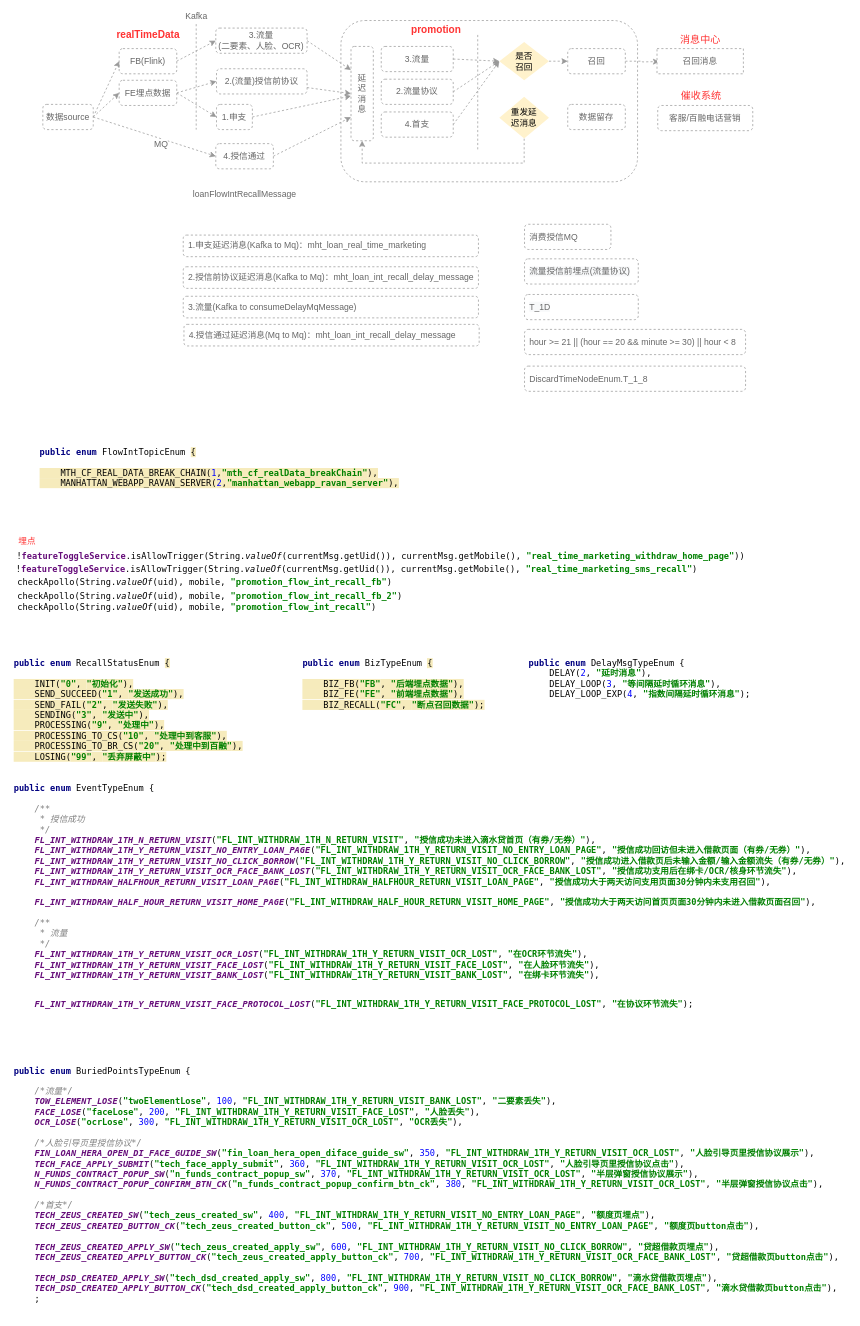
The draw.io diagram page "MOT" (3 of 6) of new.drawio in githubzhouwen/hello-world, before the edit. Source tidied: cells renumbered, new cells numbered last; positions are measured from the earlier drawing's top-left corner, leaving out a move shared by most shapes. Both pictures are drawn from the tidied source at 72%, with x=0, y=0 at pixel (12, 20).
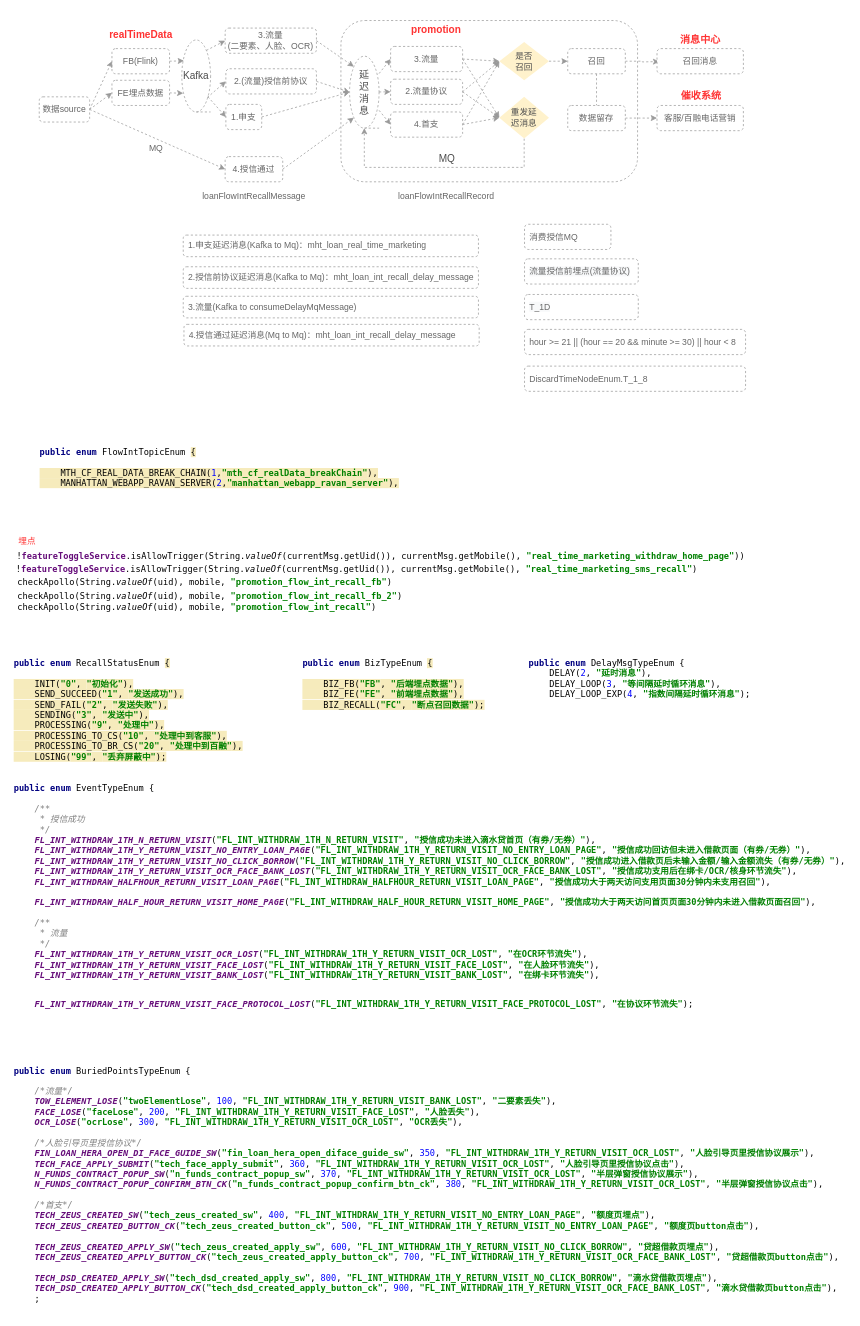
Above is the later version.

Unchanged cells that the change refers to:
```xml
<mxCell id="4" style="edgeStyle=none;rounded=0;jettySize=auto;html=1;dashed=1;startArrow=none;startFill=0;endArrow=classic;endFill=1;strokeColor=#999999;entryX=0;entryY=0.5;entryDx=0;entryDy=0;exitX=1;exitY=0.5;exitDx=0;exitDy=0;fontColor=#666666;" parent="1" edge="1" source="10" target="13">
  <mxGeometry relative="1" as="geometry" />
</mxCell>
<mxCell id="27" value="召回" style="whiteSpace=wrap;html=1;rounded=1;dashed=1;strokeColor=#999999;align=center;fontColor=#666666;" parent="1" vertex="1">
  <mxGeometry x="771" y="39" width="80" height="35" as="geometry" />
</mxCell>
```

What changed in the source:
```diff
@@
     <mxCell id="2" value="FB(Flink)" style="rounded=1;whiteSpace=wrap;html=1;dashed=1;strokeColor=#999999;fontColor=#666666;" parent="1" vertex="1">
-      <mxGeometry x="148" y="39" width="80" height="35" as="geometry" />
+      <mxGeometry x="138" y="39" width="80" height="35" as="geometry" />
     </mxCell>
-    <mxCell id="3" style="edgeStyle=none;rounded=0;jettySize=auto;html=1;dashed=1;startArrow=none;startFill=0;endArrow=classic;endFill=1;strokeColor=#999999;exitX=1;exitY=0.5;exitDx=0;exitDy=0;entryX=0;entryY=0.5;entryDx=0;entryDy=0;fontColor=#666666;" parent="1" edge="1" source="7" target="12">
-      <mxGeometry relative="1" as="geometry" />
-    </mxCell>
@@
     <mxCell id="5" value="MQ" style="edgeLabel;html=1;align=center;verticalAlign=middle;fontSize=12;fontColor=#666666;" parent="4" vertex="1">
       <mxGeometry x="0.08" y="4" relative="1" as="geometry">
-        <mxPoint y="12" as="offset" />
+        <mxPoint x="-12" y="13" as="offset" />
       </mxGeometry>
     </mxCell>
-    <mxCell id="6" style="edgeStyle=none;rounded=0;jettySize=auto;html=1;dashed=1;startArrow=none;startFill=0;endArrow=classic;endFill=1;strokeColor=#999999;entryX=0;entryY=0.5;entryDx=0;entryDy=0;exitX=1;exitY=0.5;exitDx=0;exitDy=0;fontColor=#666666;" parent="1" edge="1" source="7" target="14">
+    <mxCell id="6" style="edgeStyle=none;rounded=0;jettySize=auto;html=1;dashed=1;startArrow=none;startFill=0;endArrow=classic;endFill=1;strokeColor=#999999;entryX=0.05;entryY=0.74;entryDx=0;entryDy=0;exitX=1;exitY=0.5;exitDx=0;exitDy=0;fontColor=#666666;entryPerimeter=0;" parent="1" edge="1" source="7" target="16">
       <mxGeometry relative="1" as="geometry" />
     </mxCell>
     <mxCell id="7" value="FE埋点数据" style="rounded=1;whiteSpace=wrap;html=1;dashed=1;strokeColor=#999999;fontColor=#666666;" parent="1" vertex="1">
-      <mxGeometry x="148" y="83" width="80" height="35" as="geometry" />
+      <mxGeometry x="138" y="83" width="80" height="35" as="geometry" />
     </mxCell>
@@
     <mxCell id="10" value="数据source" style="whiteSpace=wrap;html=1;dashed=1;rounded=1;strokeColor=#999999;fontColor=#666666;" parent="1" vertex="1">
-      <mxGeometry x="42" y="116.5" width="70" height="35" as="geometry" />
+      <mxGeometry x="37" y="106" width="70" height="35" as="geometry" />
     </mxCell>
     <mxCell id="11" value="3.流量&lt;br&gt;(二要素、人脸、OCR)" style="whiteSpace=wrap;html=1;rounded=1;dashed=1;strokeColor=#999999;fontColor=#666666;" parent="1" vertex="1">
-      <mxGeometry x="282.2" y="10.5" width="126.8" height="35" as="geometry" />
+      <mxGeometry x="295.2" y="10.5" width="126.8" height="35" as="geometry" />
     </mxCell>
     <mxCell id="12" value="2.(流量)授信前协议" style="whiteSpace=wrap;html=1;rounded=1;dashed=1;strokeColor=#999999;fontColor=#666666;" parent="1" vertex="1">
-      <mxGeometry x="283.2" y="67" width="125.8" height="35" as="geometry" />
+      <mxGeometry x="296.2" y="67" width="125.8" height="35" as="geometry" />
     </mxCell>
     <mxCell id="13" value="4.授信通过" style="whiteSpace=wrap;html=1;rounded=1;dashed=1;strokeColor=#999999;fontColor=#666666;" parent="1" vertex="1">
-      <mxGeometry x="282.2" y="171" width="80" height="35" as="geometry" />
+      <mxGeometry x="295.2" y="189" width="80" height="35" as="geometry" />
     </mxCell>
     <mxCell id="14" value="1.申支" style="whiteSpace=wrap;html=1;rounded=1;dashed=1;strokeColor=#999999;fontColor=#666666;" parent="1" vertex="1">
-      <mxGeometry x="283.2" y="116.5" width="49.8" height="35" as="geometry" />
+      <mxGeometry x="296.2" y="116.5" width="49.8" height="35" as="geometry" />
     </mxCell>
-    <mxCell id="15" style="edgeStyle=none;rounded=0;jettySize=auto;html=1;dashed=1;startArrow=none;startFill=0;endArrow=classic;endFill=1;strokeColor=#999999;entryX=0;entryY=0.5;entryDx=0;entryDy=0;exitX=1;exitY=0.5;exitDx=0;exitDy=0;fontColor=#666666;" parent="1" edge="1" source="2" target="11">
+    <mxCell id="15" style="edgeStyle=none;rounded=0;jettySize=auto;html=1;dashed=1;startArrow=none;startFill=0;endArrow=classic;endFill=1;strokeColor=#999999;entryX=0.075;entryY=0.29;entryDx=0;entryDy=0;exitX=1;exitY=0.5;exitDx=0;exitDy=0;fontColor=#666666;entryPerimeter=0;" parent="1" edge="1" source="2" target="16">
       <mxGeometry relative="1" as="geometry" />
     </mxCell>
-    <mxCell id="16" value="Kafka" style="edgeLabel;html=1;align=center;verticalAlign=middle;points=[];fontSize=12;fontColor=#666666;" parent="15" vertex="1">
-      <mxGeometry x="-0.14" y="1" relative="1" as="geometry">
-        <mxPoint x="4" y="-49" as="offset" />
-      </mxGeometry>
-    </mxCell>
@@
-    <mxCell id="19" value="延&lt;br&gt;迟&lt;br&gt;消&lt;br&gt;息" style="whiteSpace=wrap;html=1;rounded=1;dashed=1;strokeColor=#999999;align=center;fontColor=#666666;" parent="1" vertex="1">
-      <mxGeometry x="470" y="36" width="31" height="131" as="geometry" />
-    </mxCell>
-    <mxCell id="20" style="edgeStyle=none;rounded=0;jettySize=auto;html=1;dashed=1;fontSize=14;startArrow=none;startFill=0;endArrow=classic;endFill=1;strokeColor=#999999;exitX=1;exitY=0.5;exitDx=0;exitDy=0;fontColor=#666666;entryX=0;entryY=0.5;entryDx=0;entryDy=0;" parent="1" edge="1" source="21" target="47">
+    <mxCell id="20" style="edgeStyle=none;rounded=0;jettySize=auto;html=1;dashed=1;fontSize=14;startArrow=none;startFill=0;endArrow=classic;endFill=1;strokeColor=#999999;exitX=1;exitY=0.5;exitDx=0;exitDy=0;fontColor=#666666;entryX=0;entryY=0.5;entryDx=0;entryDy=0;" parent="1" edge="1" source="25" target="47">
       <mxGeometry relative="1" as="geometry" />
     </mxCell>
+    <mxCell id="66" style="edgeStyle=none;rounded=0;jettySize=auto;html=1;dashed=1;fontSize=14;fontColor=#4D4D4D;entryX=0;entryY=0.5;entryDx=0;entryDy=0;exitX=1;exitY=0.5;exitDx=0;exitDy=0;strokeColor=#999999;" parent="1" edge="1" source="21" target="45">
+      <mxGeometry relative="1" as="geometry" />
+    </mxCell>
+    <mxCell id="67" style="edgeStyle=none;rounded=0;jettySize=auto;html=1;dashed=1;fontSize=14;fontColor=#4D4D4D;strokeColor=#999999;entryX=0;entryY=0.5;entryDx=0;entryDy=0;exitX=1;exitY=0.5;exitDx=0;exitDy=0;" parent="1" edge="1" source="21" target="47">
+      <mxGeometry relative="1" as="geometry" />
+    </mxCell>
     <mxCell id="21" value="2.流量协议" style="whiteSpace=wrap;html=1;rounded=1;dashed=1;strokeColor=#999999;align=center;fontColor=#666666;" parent="1" vertex="1">
-      <mxGeometry x="512" y="81.5" width="100" height="35" as="geometry" />
+      <mxGeometry x="525" y="81.5" width="100" height="35" as="geometry" />
     </mxCell>
@@
+    <mxCell id="68" style="edgeStyle=none;rounded=0;jettySize=auto;html=1;dashed=1;fontSize=14;fontColor=#4D4D4D;strokeColor=#999999;exitX=1;exitY=0.5;exitDx=0;exitDy=0;entryX=0;entryY=0.5;entryDx=0;entryDy=0;" parent="1" edge="1" source="23" target="45">
+      <mxGeometry relative="1" as="geometry" />
+    </mxCell>
     <mxCell id="23" value="4.首支" style="whiteSpace=wrap;html=1;rounded=1;dashed=1;strokeColor=#999999;align=center;fontColor=#666666;" parent="1" vertex="1">
-      <mxGeometry x="512" y="127" width="100" height="35" as="geometry" />
+      <mxGeometry x="525" y="127" width="100" height="35" as="geometry" />
     </mxCell>
-    <mxCell id="24" style="edgeStyle=none;rounded=0;jettySize=auto;html=1;dashed=1;fontSize=14;startArrow=none;startFill=0;endArrow=classic;endFill=1;strokeColor=#999999;entryX=0;entryY=0.5;entryDx=0;entryDy=0;exitX=1;exitY=0.5;exitDx=0;exitDy=0;fontColor=#666666;" parent="1" edge="1" source="25" target="47">
+    <mxCell id="24" style="edgeStyle=none;rounded=0;jettySize=auto;html=1;dashed=1;fontSize=14;startArrow=none;startFill=0;endArrow=classic;endFill=1;strokeColor=#999999;exitX=1;exitY=0.5;exitDx=0;exitDy=0;fontColor=#666666;entryX=0;entryY=0.5;entryDx=0;entryDy=0;" parent="1" edge="1" source="25" target="45">
       <mxGeometry relative="1" as="geometry" />
     </mxCell>
     <mxCell id="25" value="3.流量" style="whiteSpace=wrap;html=1;rounded=1;dashed=1;strokeColor=#999999;align=center;fontColor=#666666;" parent="1" vertex="1">
-      <mxGeometry x="512" y="36" width="100" height="35" as="geometry" />
+      <mxGeometry x="525" y="36" width="100" height="35" as="geometry" />
     </mxCell>
@@
+    <mxCell id="69" style="edgeStyle=none;rounded=0;jettySize=auto;html=1;dashed=1;fontSize=14;fontColor=#4D4D4D;strokeColor=#999999;endArrow=none;endFill=0;" parent="1" edge="1" source="27" target="28">
+      <mxGeometry relative="1" as="geometry" />
+    </mxCell>
@@
+    <mxCell id="70" style="edgeStyle=none;rounded=0;jettySize=auto;html=1;dashed=1;fontSize=14;fontColor=#4D4D4D;endArrow=classic;endFill=1;strokeColor=#999999;entryX=0;entryY=0.5;entryDx=0;entryDy=0;" parent="1" edge="1" source="28" target="29">
+      <mxGeometry relative="1" as="geometry" />
+    </mxCell>
     <mxCell id="28" value="数据留存" style="whiteSpace=wrap;html=1;rounded=1;dashed=1;strokeColor=#999999;align=center;fontColor=#666666;" parent="1" vertex="1">
-      <mxGeometry x="771" y="116.5" width="80" height="35" as="geometry" />
+      <mxGeometry x="771" y="118" width="80" height="35" as="geometry" />
     </mxCell>
     <mxCell id="29" value="客服/百融电话营销" style="whiteSpace=wrap;html=1;rounded=1;dashed=1;strokeColor=#999999;align=center;fontColor=#666666;" parent="1" vertex="1">
-      <mxGeometry x="896" y="118" width="132" height="35" as="geometry" />
+      <mxGeometry x="895" y="118" width="120" height="35" as="geometry" />
     </mxCell>
     <mxCell id="30" value="realTimeData" style="text;html=1;align=center;verticalAlign=middle;strokeColor=none;fontSize=14;fontStyle=1;fontColor=#FF3333;" parent="1" vertex="1">
-      <mxGeometry x="139" y="9" width="98" height="21" as="geometry" />
+      <mxGeometry x="129" y="9" width="98" height="21" as="geometry" />
     </mxCell>
@@
-    <mxCell id="41" style="edgeStyle=none;rounded=0;jettySize=auto;html=1;dashed=1;fontSize=12;startArrow=none;startFill=0;endArrow=classic;endFill=1;strokeColor=#999999;entryX=0;entryY=0.5;entryDx=0;entryDy=0;fontColor=#666666;" parent="1" edge="1" source="12" target="19">
+    <mxCell id="41" style="edgeStyle=none;rounded=0;jettySize=auto;html=1;dashed=1;fontSize=12;startArrow=none;startFill=0;endArrow=classic;endFill=1;strokeColor=#999999;entryX=0;entryY=0.5;entryDx=0;entryDy=0;fontColor=#666666;entryPerimeter=0;exitX=1;exitY=0.5;exitDx=0;exitDy=0;" parent="1" edge="1" source="12" target="19">
       <mxGeometry relative="1" as="geometry" />
     </mxCell>
-    <mxCell id="42" style="edgeStyle=none;rounded=0;jettySize=auto;html=1;dashed=1;fontSize=12;startArrow=none;startFill=0;endArrow=classic;endFill=1;strokeColor=#999999;entryX=0;entryY=0.25;entryDx=0;entryDy=0;exitX=1;exitY=0.5;exitDx=0;exitDy=0;fontColor=#666666;" parent="1" edge="1" source="11" target="19">
+    <mxCell id="42" style="edgeStyle=none;rounded=0;jettySize=auto;html=1;dashed=1;fontSize=12;startArrow=none;startFill=0;endArrow=classic;endFill=1;strokeColor=#999999;entryX=0.145;entryY=0.145;entryDx=0;entryDy=0;exitX=1;exitY=0.5;exitDx=0;exitDy=0;fontColor=#666666;entryPerimeter=0;" parent="1" edge="1" source="11" target="19">
       <mxGeometry relative="1" as="geometry" />
     </mxCell>
-    <mxCell id="43" style="edgeStyle=none;rounded=0;jettySize=auto;html=1;dashed=1;fontSize=12;startArrow=none;startFill=0;endArrow=classic;endFill=1;strokeColor=#999999;exitX=1;exitY=0.5;exitDx=0;exitDy=0;entryX=0;entryY=0.75;entryDx=0;entryDy=0;fontColor=#666666;" parent="1" edge="1" source="13" target="19">
+    <mxCell id="43" style="edgeStyle=none;rounded=0;jettySize=auto;html=1;dashed=1;fontSize=12;startArrow=none;startFill=0;endArrow=classic;endFill=1;strokeColor=#999999;exitX=1;exitY=0.5;exitDx=0;exitDy=0;entryX=0.145;entryY=0.855;entryDx=0;entryDy=0;fontColor=#666666;entryPerimeter=0;" parent="1" edge="1" source="13" target="19">
       <mxGeometry relative="1" as="geometry" />
     </mxCell>
-    <mxCell id="44" style="edgeStyle=orthogonalEdgeStyle;rounded=0;jettySize=auto;html=1;dashed=1;fontSize=14;startArrow=none;startFill=0;endArrow=classic;endFill=1;strokeColor=#999999;entryX=0.5;entryY=1;entryDx=0;entryDy=0;fontColor=#666666;" parent="1" edge="1" source="45" target="19">
+    <mxCell id="44" style="rounded=0;jettySize=auto;html=1;dashed=1;fontSize=14;startArrow=none;startFill=0;endArrow=classic;endFill=1;strokeColor=#999999;fontColor=#666666;edgeStyle=orthogonalEdgeStyle;entryX=0.5;entryY=1;entryDx=0;entryDy=0;entryPerimeter=0;" parent="1" edge="1" source="45" target="19">
       <mxGeometry relative="1" as="geometry">
         <Array as="points">
-          <mxPoint x="711" y="198" />
-          <mxPoint x="486" y="198" />
+          <mxPoint x="711" y="204" />
+          <mxPoint x="489" y="204" />
         </Array>
       </mxGeometry>
     </mxCell>
+    <mxCell id="71" value="MQ" style="edgeLabel;html=1;align=center;verticalAlign=middle;fontSize=14;fontColor=#4D4D4D;" parent="44" vertex="1">
+      <mxGeometry x="-0.17" y="-1" relative="1" as="geometry">
+        <mxPoint x="-17" y="-12" as="offset" />
+      </mxGeometry>
+    </mxCell>
-    <mxCell id="45" value="重发延&lt;br style=&quot;font-size: 12px;&quot;&gt;迟消息" style="rhombus;whiteSpace=wrap;html=1;rounded=0;dashed=1;fontSize=12;align=center;fillColor=#fff2cc;strokeColor=none;" parent="1" vertex="1">
+    <mxCell id="45" value="重发延&lt;br style=&quot;font-size: 12px;&quot;&gt;迟消息" style="rhombus;whiteSpace=wrap;html=1;rounded=0;dashed=1;fontSize=12;align=center;fillColor=#fff2cc;strokeColor=none;fontColor=#4D4D4D;" parent="1" vertex="1">
       <mxGeometry x="676" y="106" width="69" height="58" as="geometry" />
     </mxCell>
@@
-    <mxCell id="47" value="是否&lt;br style=&quot;font-size: 12px;&quot;&gt;召回" style="rhombus;whiteSpace=wrap;html=1;rounded=0;dashed=1;fontSize=12;align=center;fillColor=#fff2cc;strokeColor=none;" parent="1" vertex="1">
+    <mxCell id="47" value="是否&lt;br style=&quot;font-size: 12px;&quot;&gt;召回" style="rhombus;whiteSpace=wrap;html=1;rounded=0;dashed=1;fontSize=12;align=center;fillColor=#fff2cc;strokeColor=none;fontColor=#4D4D4D;" parent="1" vertex="1">
       <mxGeometry x="676" y="30" width="69" height="53" as="geometry" />
     </mxCell>
-    <mxCell id="48" style="line;strokeWidth=1;direction=south;html=1;perimeter=backbonePerimeter;rounded=0;dashed=1;fontSize=14;align=center;fontColor=#666666;strokeColor=#999999;" parent="1" vertex="1">
-      <mxGeometry x="641" y="20" width="10" height="160" as="geometry" />
-    </mxCell>
-    <mxCell id="49" value="召回消息" style="whiteSpace=wrap;html=1;rounded=0;dashed=1;fontSize=12;strokeColor=#999999;align=center;fontColor=#666666;" parent="1" vertex="1">
+    <mxCell id="49" value="召回消息" style="whiteSpace=wrap;html=1;rounded=1;dashed=1;fontSize=12;strokeColor=#999999;align=center;fontColor=#666666;" parent="1" vertex="1">
       <mxGeometry x="895" y="39" width="120" height="35" as="geometry" />
     </mxCell>
-    <mxCell id="50" value="消息中心" style="text;html=1;align=center;verticalAlign=middle;strokeColor=none;fontSize=14;fontColor=#FF3333;" parent="1" vertex="1">
+    <mxCell id="50" value="消息中心" style="text;html=1;align=center;verticalAlign=middle;strokeColor=none;fontSize=14;fontColor=#FF3333;fontStyle=1;" parent="1" vertex="1">
       <mxGeometry x="922" y="16" width="66" height="21" as="geometry" />
     </mxCell>
-    <mxCell id="51" value="催收系统" style="text;html=1;align=center;verticalAlign=middle;strokeColor=none;fontSize=14;fontColor=#FF3333;" parent="1" vertex="1">
+    <mxCell id="51" value="催收系统" style="text;html=1;align=center;verticalAlign=middle;strokeColor=none;fontSize=14;fontColor=#FF3333;fontStyle=1;" parent="1" vertex="1">
       <mxGeometry x="923" y="93" width="66" height="21" as="geometry" />
     </mxCell>
-    <mxCell id="52" style="edgeStyle=none;rounded=0;jettySize=auto;html=1;dashed=1;fontColor=#4D4D4D;strokeColor=#999999;exitX=1;exitY=0.5;exitDx=0;exitDy=0;" parent="1" edge="1" source="14" target="19">
+    <mxCell id="52" style="edgeStyle=none;rounded=0;jettySize=auto;html=1;dashed=1;fontColor=#4D4D4D;strokeColor=#999999;exitX=1;exitY=0.5;exitDx=0;exitDy=0;entryX=0;entryY=0.5;entryDx=0;entryDy=0;entryPerimeter=0;" parent="1" edge="1" source="14" target="19">
       <mxGeometry relative="1" as="geometry" />
     </mxCell>
@@
     <mxCell id="56" value="&lt;span style=&quot;text-align: left&quot;&gt;loanFlowIntRecallMessage&lt;/span&gt;" style="text;html=1;align=center;verticalAlign=middle;strokeColor=none;fontColor=#666666;" parent="1" vertex="1">
-      <mxGeometry x="245.7" y="232" width="153" height="18" as="geometry" />
+      <mxGeometry x="258.7" y="235" width="153" height="18" as="geometry" />
     </mxCell>
@@
-    <mxCell id="59" style="line;strokeWidth=1;direction=south;html=1;perimeter=backbonePerimeter;rounded=0;dashed=1;fontSize=14;align=center;fontColor=#666666;strokeColor=#999999;" parent="1" vertex="1">
-      <mxGeometry x="250" y="5" width="10" height="146.5" as="geometry" />
-    </mxCell>
@@
+    <mxCell id="72" style="rounded=0;jettySize=auto;html=1;dashed=1;fontSize=14;fontColor=#4D4D4D;endArrow=classic;endFill=1;strokeColor=#999999;entryX=0;entryY=0.5;entryDx=0;entryDy=0;" parent="1" edge="1" source="19" target="25">
+      <mxGeometry relative="1" as="geometry" />
+    </mxCell>
+    <mxCell id="73" style="edgeStyle=none;rounded=0;jettySize=auto;html=1;dashed=1;fontSize=14;fontColor=#4D4D4D;endArrow=classic;endFill=1;strokeColor=#999999;entryX=0;entryY=0.5;entryDx=0;entryDy=0;" parent="1" edge="1" source="19" target="21">
+      <mxGeometry relative="1" as="geometry" />
+    </mxCell>
+    <mxCell id="74" style="edgeStyle=none;rounded=0;jettySize=auto;html=1;dashed=1;fontSize=14;fontColor=#4D4D4D;endArrow=classic;endFill=1;strokeColor=#999999;entryX=0;entryY=0.5;entryDx=0;entryDy=0;" parent="1" edge="1" source="19" target="23">
+      <mxGeometry relative="1" as="geometry" />
+    </mxCell>
+    <mxCell id="19" value="延&lt;br&gt;迟&lt;br&gt;消&lt;br&gt;息" style="strokeWidth=1;html=1;shape=mxgraph.flowchart.sequential_data;whiteSpace=wrap;rounded=1;shadow=0;dashed=1;sketch=0;fontSize=14;fontColor=#4D4D4D;fillColor=none;align=center;strokeColor=#999999;" parent="1" vertex="1">
+      <mxGeometry x="468" y="49.5" width="41" height="100" as="geometry" />
+    </mxCell>
+    <mxCell id="75" style="edgeStyle=none;rounded=0;jettySize=auto;html=1;dashed=1;fontSize=14;fontColor=#4D4D4D;endArrow=classic;endFill=1;strokeColor=#999999;entryX=0;entryY=0.5;entryDx=0;entryDy=0;exitX=0.855;exitY=0.145;exitDx=0;exitDy=0;exitPerimeter=0;" parent="1" edge="1" source="16" target="11">
+      <mxGeometry relative="1" as="geometry" />
+    </mxCell>
+    <mxCell id="76" style="edgeStyle=none;rounded=0;jettySize=auto;html=1;dashed=1;fontSize=14;fontColor=#4D4D4D;endArrow=classic;endFill=1;strokeColor=#999999;entryX=0;entryY=0.5;entryDx=0;entryDy=0;exitX=0.909;exitY=0.79;exitDx=0;exitDy=0;exitPerimeter=0;" parent="1" edge="1" source="16" target="14">
+      <mxGeometry relative="1" as="geometry" />
+    </mxCell>
+    <mxCell id="77" style="edgeStyle=none;rounded=0;jettySize=auto;html=1;dashed=1;fontSize=14;fontColor=#4D4D4D;endArrow=classic;endFill=1;strokeColor=#999999;entryX=0;entryY=0.5;entryDx=0;entryDy=0;exitX=0.886;exitY=0.8;exitDx=0;exitDy=0;exitPerimeter=0;" parent="1" edge="1" source="16" target="12">
+      <mxGeometry relative="1" as="geometry" />
+    </mxCell>
+    <mxCell id="16" value="Kafka" style="strokeWidth=1;html=1;shape=mxgraph.flowchart.sequential_data;whiteSpace=wrap;rounded=1;shadow=0;dashed=1;sketch=0;fontSize=14;fillColor=none;align=center;strokeColor=#999999;fontColor=#4D4D4D;" parent="1" vertex="1">
+      <mxGeometry x="235" y="27" width="40" height="100" as="geometry" />
+    </mxCell>
+    <mxCell id="78" value="&lt;span style=&quot;text-align: left&quot;&gt;loanFlowIntRecallRecord&lt;/span&gt;" style="text;html=1;align=center;verticalAlign=middle;strokeColor=none;fontColor=#666666;" parent="1" vertex="1">
+      <mxGeometry x="530" y="235" width="143" height="18" as="geometry" />
+    </mxCell>
```
